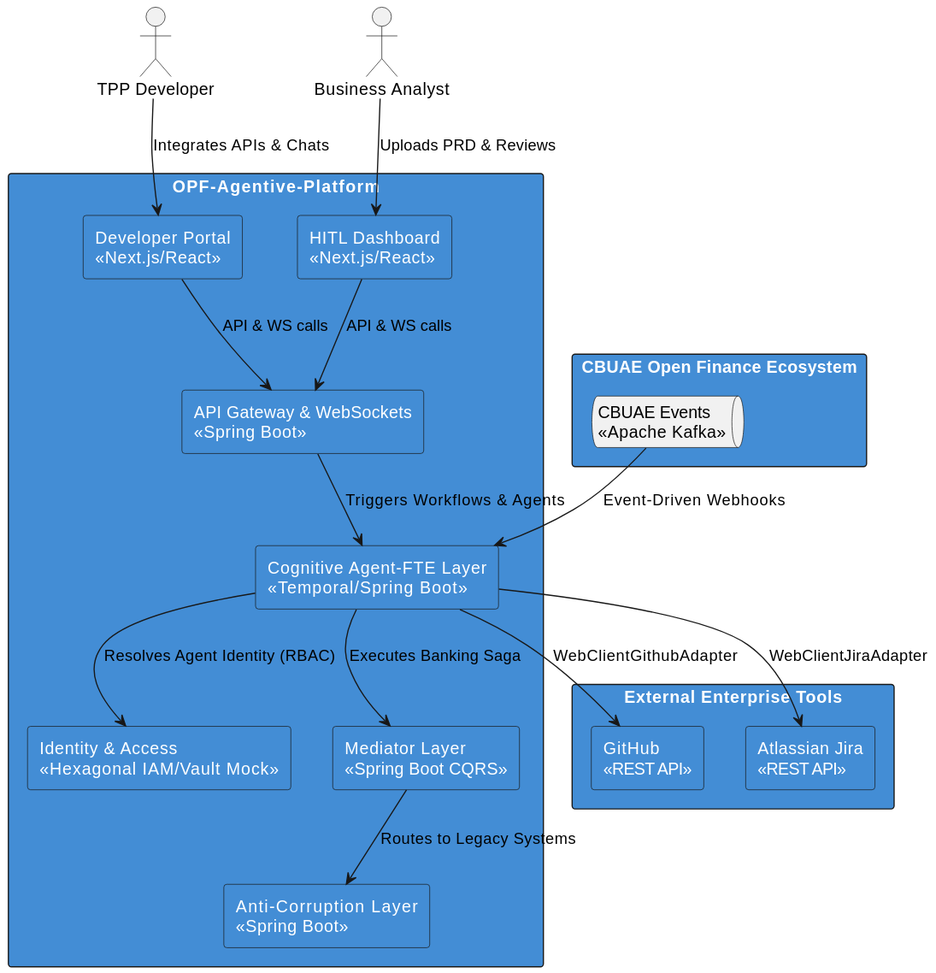
Earlier version of the PlantUML export docs/diagrams/C4_Container.svg (COPUR/OPF-Agentive-Platform).
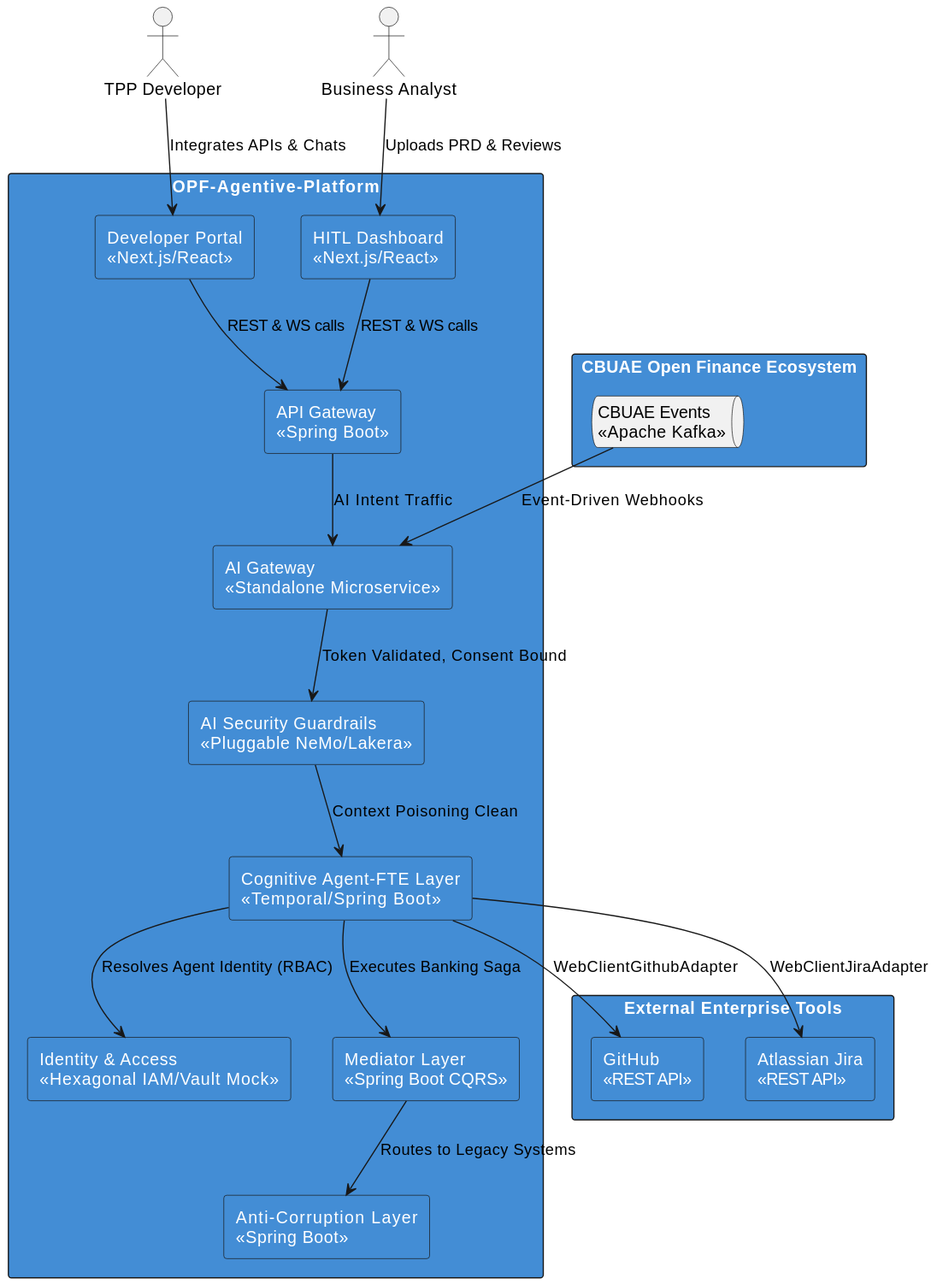
Later version of the same file.

The edit, as a diff of the source:
```diff
@@ -15,7 +15,10 @@
     rectangle "Developer Portal\n<<Next.js/React>>" as devPortal
     rectangle "HITL Dashboard\n<<Next.js/React>>" as hitlPortal
 
-    rectangle "API Gateway & WebSockets\n<<Spring Boot>>" as gateway
+    rectangle "API Gateway\n<<Spring Boot>>" as apiGw
+    rectangle "AI Gateway\n<<Standalone Microservice>>" as aiGw
+
+    rectangle "AI Security Guardrails\n<<Pluggable NeMo/Lakera>>" as aiSec
 
     rectangle "Cognitive Agent-FTE Layer\n<<Temporal/Spring Boot>>" as cog
     rectangle "Identity & Access\n<<Hexagonal IAM/Vault Mock>>" as idp
@@ -30,10 +33,12 @@
 
 dev --> devPortal : Integrates APIs & Chats
 ba --> hitlPortal : Uploads PRD & Reviews
-devPortal --> gateway : API & WS calls
-hitlPortal --> gateway : API & WS calls
-kafka --> cog : Event-Driven Webhooks
-gateway --> cog : Triggers Workflows & Agents
+devPortal --> apiGw : REST & WS calls
+hitlPortal --> apiGw : REST & WS calls
+apiGw --> aiGw : AI Intent Traffic
+kafka --> aiGw : Event-Driven Webhooks
+aiGw --> aiSec : Token Validated, Consent Bound
+aiSec --> cog : Context Poisoning Clean
 cog --> idp : Resolves Agent Identity (RBAC)
 cog --> github : WebClientGithubAdapter
 cog --> jira : WebClientJiraAdapter
```
